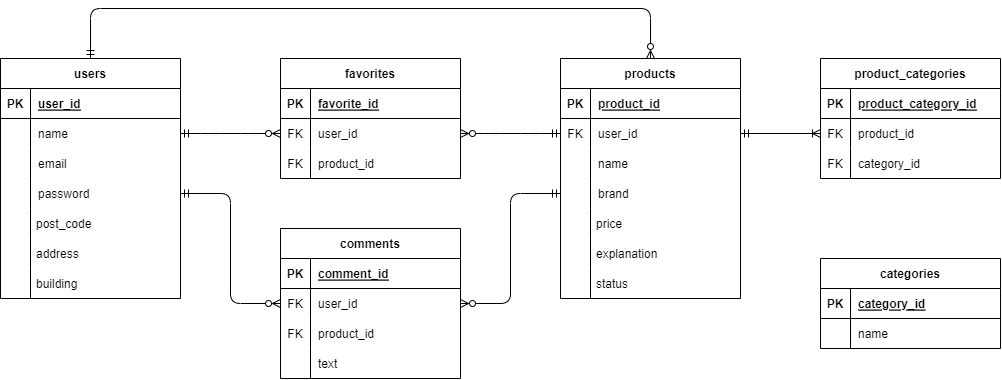
nakagawa1573/images keeps this draw.io diagram as market/market.drawio.png. Above is the earlier version. Source tidied: cells renumbered, new cells last; positions are measured from the earlier drawing's top-left corner, leaving out a move shared by most shapes.
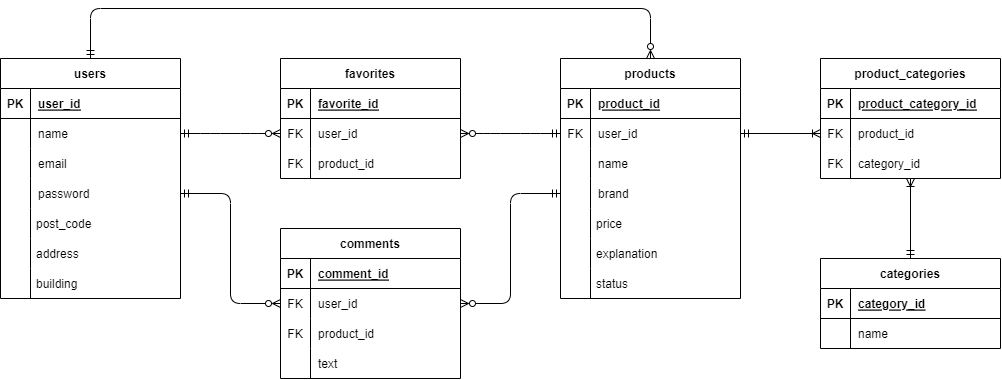
The same file after the commit.

Change to the diagram source:
```diff
@@ -278,5 +278,8 @@
     <mxCell id="88" style="fontSize=12;html=1;endArrow=ERoneToMany;endFill=0;exitX=1;exitY=0.5;exitDx=0;exitDy=0;entryX=0;entryY=0.5;entryDx=0;entryDy=0;startArrow=ERmandOne;startFill=0;" parent="1" edge="1" source="28" target="47">
       <mxGeometry relative="1" as="geometry" />
     </mxCell>
+    <mxCell id="89" style="fontSize=12;html=1;endArrow=ERoneToMany;endFill=0;exitX=0.5;exitY=0;exitDx=0;exitDy=0;startArrow=ERmandOne;startFill=0;" parent="1" edge="1" source="53" target="50">
+      <mxGeometry relative="1" as="geometry" />
+    </mxCell>
   </root>
 </mxGraphModel>
```
